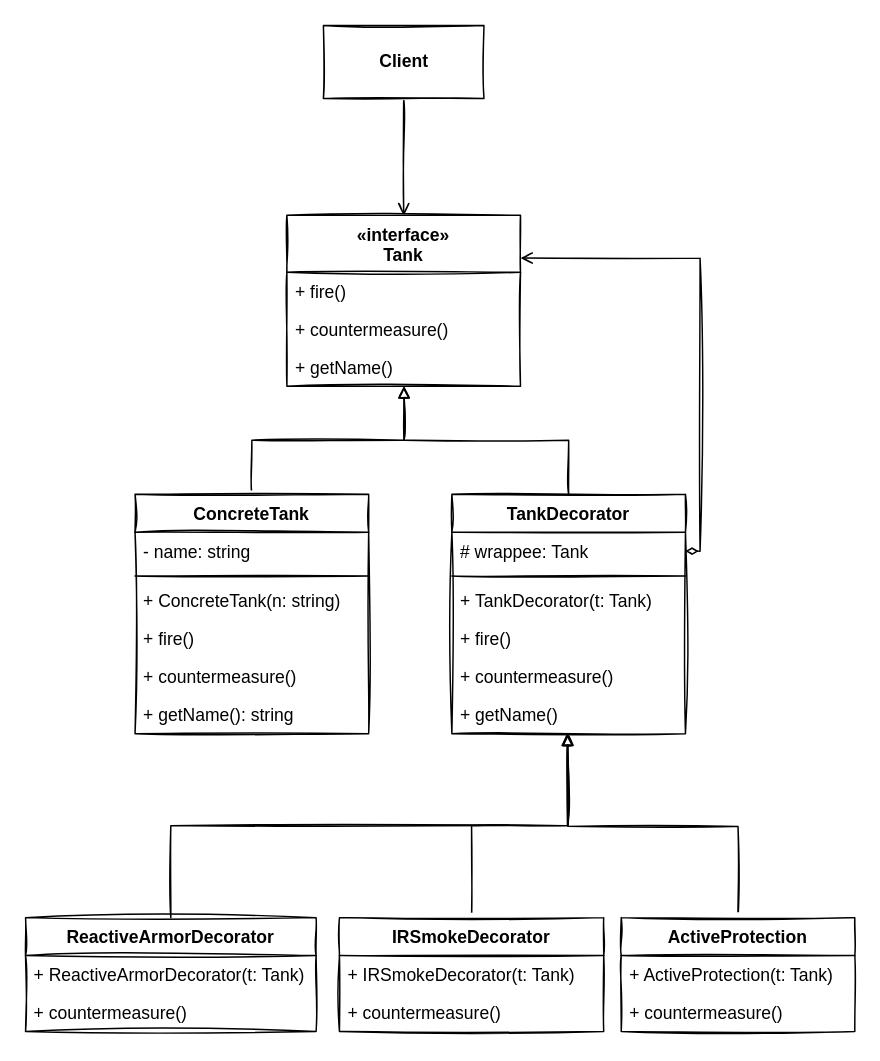
The draw.io diagram page "Practice" (2 of 2) of src/09-Decorator/UML.drawio in MangoPomelo/DesignPatternPractice, before the edit. Source tidied: cells renumbered, new cells numbered last; positions are measured from the earlier drawing's top-left corner, leaving out a move shared by most shapes. Both pictures are drawn from the tidied source at 146%, with x=0, y=0 at pixel (25, 25).
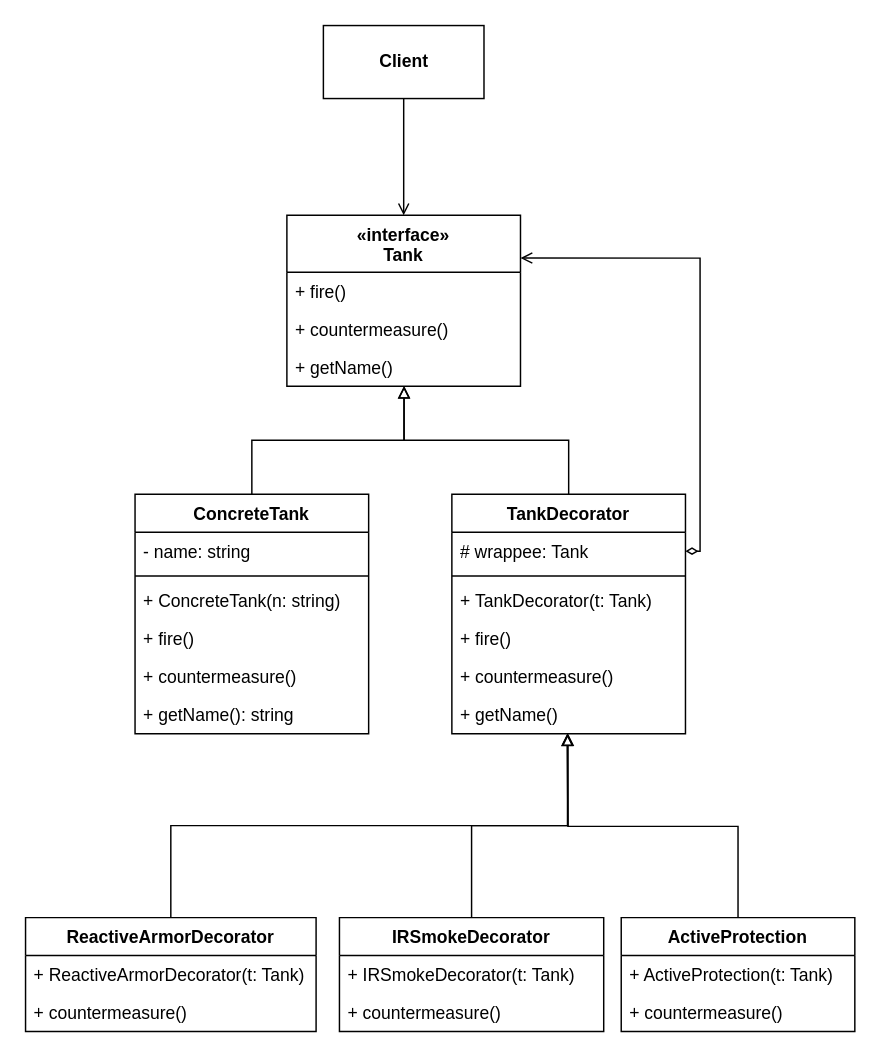
The same page after the edit.

Change to the diagram source:
```diff
@@
-    <mxCell id="2" style="edgeStyle=orthogonalEdgeStyle;rounded=0;sketch=1;html=1;exitX=0.5;exitY=1;exitDx=0;exitDy=0;entryX=0.5;entryY=0;entryDx=0;entryDy=0;startArrow=none;startFill=0;endArrow=open;endFill=0;" parent="1" edge="1" source="3" target="4">
+    <mxCell id="2" style="edgeStyle=orthogonalEdgeStyle;rounded=0;html=1;exitX=0.5;exitY=1;exitDx=0;exitDy=0;entryX=0.5;entryY=0;entryDx=0;entryDy=0;startArrow=none;startFill=0;endArrow=open;endFill=0;" parent="1" edge="1" source="3" target="4">
       <mxGeometry relative="1" as="geometry" />
     </mxCell>
-    <mxCell id="3" value="Client" style="html=1;sketch=1;fontStyle=1;" parent="1" vertex="1">
+    <mxCell id="3" value="Client" style="html=1;fontStyle=1;" parent="1" vertex="1">
       <mxGeometry x="204" width="110" height="50" as="geometry" />
     </mxCell>
-    <mxCell id="4" value="«interface»&#10;Tank" style="swimlane;fontStyle=1;align=center;verticalAlign=top;horizontal=1;startSize=39;sketch=1;" parent="1" vertex="1">
+    <mxCell id="4" value="«interface»&#10;Tank" style="swimlane;fontStyle=1;align=center;verticalAlign=top;horizontal=1;startSize=39;" parent="1" vertex="1">
       <mxGeometry x="179" y="130" width="160" height="117" as="geometry" />
     </mxCell>
-    <mxCell id="5" value="+ fire()" style="text;strokeColor=none;fillColor=none;align=left;verticalAlign=top;spacingLeft=4;spacingRight=4;overflow=hidden;sketch=1;" parent="4" vertex="1">
+    <mxCell id="5" value="+ fire()" style="text;strokeColor=none;fillColor=none;align=left;verticalAlign=top;spacingLeft=4;spacingRight=4;overflow=hidden;" parent="4" vertex="1">
       <mxGeometry y="39" width="160" height="26" as="geometry" />
     </mxCell>
-    <mxCell id="6" value="+ countermeasure()" style="text;strokeColor=none;fillColor=none;align=left;verticalAlign=top;spacingLeft=4;spacingRight=4;overflow=hidden;sketch=1;" parent="4" vertex="1">
+    <mxCell id="6" value="+ countermeasure()" style="text;strokeColor=none;fillColor=none;align=left;verticalAlign=top;spacingLeft=4;spacingRight=4;overflow=hidden;" parent="4" vertex="1">
       <mxGeometry y="65" width="160" height="26" as="geometry" />
     </mxCell>
-    <mxCell id="7" value="+ getName()" style="text;strokeColor=none;fillColor=none;align=left;verticalAlign=top;spacingLeft=4;spacingRight=4;overflow=hidden;points=[[0,0.5],[1,0.5]];portConstraint=eastwest;sketch=1;" parent="4" vertex="1">
+    <mxCell id="7" value="+ getName()" style="text;strokeColor=none;fillColor=none;align=left;verticalAlign=top;spacingLeft=4;spacingRight=4;overflow=hidden;points=[[0,0.5],[1,0.5]];portConstraint=eastwest;" parent="4" vertex="1">
       <mxGeometry y="91" width="160" height="26" as="geometry" />
     </mxCell>
-    <mxCell id="8" style="edgeStyle=orthogonalEdgeStyle;rounded=0;sketch=1;html=1;exitX=0.5;exitY=0;exitDx=0;exitDy=0;startArrow=none;startFill=0;endArrow=block;endFill=0;entryX=0.502;entryY=0.996;entryDx=0;entryDy=0;entryPerimeter=0;" parent="1" edge="1" source="9" target="7">
+    <mxCell id="8" style="edgeStyle=orthogonalEdgeStyle;rounded=0;html=1;exitX=0.5;exitY=0;exitDx=0;exitDy=0;startArrow=none;startFill=0;endArrow=block;endFill=0;entryX=0.502;entryY=0.996;entryDx=0;entryDy=0;entryPerimeter=0;" parent="1" edge="1" source="9" target="7">
       <mxGeometry relative="1" as="geometry" />
     </mxCell>
-    <mxCell id="9" value="ConcreteTank" style="swimlane;fontStyle=1;align=center;verticalAlign=top;horizontal=1;startSize=26;sketch=1;" parent="1" vertex="1">
+    <mxCell id="9" value="ConcreteTank" style="swimlane;fontStyle=1;align=center;verticalAlign=top;horizontal=1;startSize=26;" parent="1" vertex="1">
       <mxGeometry x="75" y="321" width="160" height="164" as="geometry" />
     </mxCell>
-    <mxCell id="10" value="- name: string" style="text;strokeColor=none;fillColor=none;align=left;verticalAlign=top;spacingLeft=4;spacingRight=4;overflow=hidden;sketch=1;" parent="9" vertex="1">
+    <mxCell id="10" value="- name: string" style="text;strokeColor=none;fillColor=none;align=left;verticalAlign=top;spacingLeft=4;spacingRight=4;overflow=hidden;" parent="9" vertex="1">
       <mxGeometry y="26" width="160" height="26" as="geometry" />
     </mxCell>
-    <mxCell id="11" style="line;strokeWidth=1;fillColor=none;align=left;verticalAlign=middle;spacingTop=-1;spacingLeft=3;spacingRight=3;labelPosition=right;sketch=1;" parent="9" vertex="1">
+    <mxCell id="11" style="line;strokeWidth=1;fillColor=none;align=left;verticalAlign=middle;spacingTop=-1;spacingLeft=3;spacingRight=3;labelPosition=right;" parent="9" vertex="1">
       <mxGeometry y="52" width="160" height="8" as="geometry" />
     </mxCell>
-    <mxCell id="12" value="+ ConcreteTank(n: string)" style="text;strokeColor=none;fillColor=none;align=left;verticalAlign=top;spacingLeft=4;spacingRight=4;overflow=hidden;sketch=1;" parent="9" vertex="1">
+    <mxCell id="12" value="+ ConcreteTank(n: string)" style="text;strokeColor=none;fillColor=none;align=left;verticalAlign=top;spacingLeft=4;spacingRight=4;overflow=hidden;" parent="9" vertex="1">
       <mxGeometry y="60" width="160" height="26" as="geometry" />
     </mxCell>
-    <mxCell id="13" value="+ fire()" style="text;strokeColor=none;fillColor=none;align=left;verticalAlign=top;spacingLeft=4;spacingRight=4;overflow=hidden;sketch=1;" parent="9" vertex="1">
+    <mxCell id="13" value="+ fire()" style="text;strokeColor=none;fillColor=none;align=left;verticalAlign=top;spacingLeft=4;spacingRight=4;overflow=hidden;" parent="9" vertex="1">
       <mxGeometry y="86" width="160" height="26" as="geometry" />
     </mxCell>
-    <mxCell id="14" value="+ countermeasure()" style="text;strokeColor=none;fillColor=none;align=left;verticalAlign=top;spacingLeft=4;spacingRight=4;overflow=hidden;sketch=1;" parent="9" vertex="1">
+    <mxCell id="14" value="+ countermeasure()" style="text;strokeColor=none;fillColor=none;align=left;verticalAlign=top;spacingLeft=4;spacingRight=4;overflow=hidden;" parent="9" vertex="1">
       <mxGeometry y="112" width="160" height="26" as="geometry" />
     </mxCell>
-    <mxCell id="15" value="+ getName(): string" style="text;strokeColor=none;fillColor=none;align=left;verticalAlign=top;spacingLeft=4;spacingRight=4;overflow=hidden;sketch=1;" parent="9" vertex="1">
+    <mxCell id="15" value="+ getName(): string" style="text;strokeColor=none;fillColor=none;align=left;verticalAlign=top;spacingLeft=4;spacingRight=4;overflow=hidden;" parent="9" vertex="1">
       <mxGeometry y="138" width="160" height="26" as="geometry" />
     </mxCell>
-    <mxCell id="16" style="edgeStyle=orthogonalEdgeStyle;rounded=0;sketch=1;html=1;exitX=0.5;exitY=0;exitDx=0;exitDy=0;startArrow=none;startFill=0;endArrow=block;endFill=0;entryX=0.501;entryY=1;entryDx=0;entryDy=0;entryPerimeter=0;" parent="1" edge="1" source="17" target="7">
+    <mxCell id="16" style="edgeStyle=orthogonalEdgeStyle;rounded=0;html=1;exitX=0.5;exitY=0;exitDx=0;exitDy=0;startArrow=none;startFill=0;endArrow=block;endFill=0;entryX=0.501;entryY=1;entryDx=0;entryDy=0;entryPerimeter=0;" parent="1" edge="1" source="17" target="7">
       <mxGeometry relative="1" as="geometry" />
     </mxCell>
-    <mxCell id="17" value="TankDecorator" style="swimlane;fontStyle=1;align=center;verticalAlign=top;horizontal=1;startSize=26;sketch=1;" parent="1" vertex="1">
+    <mxCell id="17" value="TankDecorator" style="swimlane;fontStyle=1;align=center;verticalAlign=top;horizontal=1;startSize=26;" parent="1" vertex="1">
       <mxGeometry x="292" y="321" width="160" height="164" as="geometry" />
     </mxCell>
-    <mxCell id="18" value="# wrappee: Tank" style="text;strokeColor=none;fillColor=none;align=left;verticalAlign=top;spacingLeft=4;spacingRight=4;overflow=hidden;points=[[0,0.5],[1,0.5]];portConstraint=eastwest;sketch=1;" parent="17" vertex="1">
+    <mxCell id="18" value="# wrappee: Tank" style="text;strokeColor=none;fillColor=none;align=left;verticalAlign=top;spacingLeft=4;spacingRight=4;overflow=hidden;points=[[0,0.5],[1,0.5]];portConstraint=eastwest;" parent="17" vertex="1">
       <mxGeometry y="26" width="160" height="26" as="geometry" />
     </mxCell>
-    <mxCell id="19" style="line;strokeWidth=1;fillColor=none;align=left;verticalAlign=middle;spacingTop=-1;spacingLeft=3;spacingRight=3;labelPosition=right;sketch=1;" parent="17" vertex="1">
+    <mxCell id="19" style="line;strokeWidth=1;fillColor=none;align=left;verticalAlign=middle;spacingTop=-1;spacingLeft=3;spacingRight=3;labelPosition=right;" parent="17" vertex="1">
       <mxGeometry y="52" width="160" height="8" as="geometry" />
     </mxCell>
-    <mxCell id="20" value="+ TankDecorator(t: Tank)" style="text;strokeColor=none;fillColor=none;align=left;verticalAlign=top;spacingLeft=4;spacingRight=4;overflow=hidden;sketch=1;" parent="17" vertex="1">
+    <mxCell id="20" value="+ TankDecorator(t: Tank)" style="text;strokeColor=none;fillColor=none;align=left;verticalAlign=top;spacingLeft=4;spacingRight=4;overflow=hidden;" parent="17" vertex="1">
       <mxGeometry y="60" width="160" height="26" as="geometry" />
     </mxCell>
-    <mxCell id="21" value="+ fire()" style="text;strokeColor=none;fillColor=none;align=left;verticalAlign=top;spacingLeft=4;spacingRight=4;overflow=hidden;sketch=1;" parent="17" vertex="1">
+    <mxCell id="21" value="+ fire()" style="text;strokeColor=none;fillColor=none;align=left;verticalAlign=top;spacingLeft=4;spacingRight=4;overflow=hidden;" parent="17" vertex="1">
       <mxGeometry y="86" width="160" height="26" as="geometry" />
     </mxCell>
-    <mxCell id="22" value="+ countermeasure()" style="text;strokeColor=none;fillColor=none;align=left;verticalAlign=top;spacingLeft=4;spacingRight=4;overflow=hidden;sketch=1;" parent="17" vertex="1">
+    <mxCell id="22" value="+ countermeasure()" style="text;strokeColor=none;fillColor=none;align=left;verticalAlign=top;spacingLeft=4;spacingRight=4;overflow=hidden;" parent="17" vertex="1">
       <mxGeometry y="112" width="160" height="26" as="geometry" />
     </mxCell>
-    <mxCell id="23" value="+ getName()" style="text;strokeColor=none;fillColor=none;align=left;verticalAlign=top;spacingLeft=4;spacingRight=4;overflow=hidden;points=[[0,0.5],[1,0.5]];portConstraint=eastwest;sketch=1;" parent="17" vertex="1">
+    <mxCell id="23" value="+ getName()" style="text;strokeColor=none;fillColor=none;align=left;verticalAlign=top;spacingLeft=4;spacingRight=4;overflow=hidden;points=[[0,0.5],[1,0.5]];portConstraint=eastwest;" parent="17" vertex="1">
       <mxGeometry y="138" width="160" height="26" as="geometry" />
     </mxCell>
-    <mxCell id="24" style="edgeStyle=orthogonalEdgeStyle;rounded=0;sketch=1;html=1;exitX=0.5;exitY=0;exitDx=0;exitDy=0;startArrow=none;startFill=0;endArrow=block;endFill=0;entryX=0.497;entryY=0.997;entryDx=0;entryDy=0;entryPerimeter=0;" parent="1" edge="1" source="25" target="23">
+    <mxCell id="24" style="edgeStyle=orthogonalEdgeStyle;rounded=0;html=1;exitX=0.5;exitY=0;exitDx=0;exitDy=0;startArrow=none;startFill=0;endArrow=block;endFill=0;entryX=0.497;entryY=0.997;entryDx=0;entryDy=0;entryPerimeter=0;" parent="1" edge="1" source="25" target="23">
       <mxGeometry relative="1" as="geometry" />
     </mxCell>
-    <mxCell id="25" value="IRSmokeDecorator" style="swimlane;fontStyle=1;align=center;verticalAlign=top;horizontal=1;startSize=26;sketch=1;" parent="1" vertex="1">
+    <mxCell id="25" value="IRSmokeDecorator" style="swimlane;fontStyle=1;align=center;verticalAlign=top;horizontal=1;startSize=26;" parent="1" vertex="1">
       <mxGeometry x="215" y="611" width="181" height="78" as="geometry" />
     </mxCell>
-    <mxCell id="26" value="+ IRSmokeDecorator(t: Tank)" style="text;strokeColor=none;fillColor=none;align=left;verticalAlign=top;spacingLeft=4;spacingRight=4;overflow=hidden;sketch=1;" parent="25" vertex="1">
+    <mxCell id="26" value="+ IRSmokeDecorator(t: Tank)" style="text;strokeColor=none;fillColor=none;align=left;verticalAlign=top;spacingLeft=4;spacingRight=4;overflow=hidden;" parent="25" vertex="1">
       <mxGeometry y="26" width="181" height="26" as="geometry" />
     </mxCell>
-    <mxCell id="27" value="+ countermeasure()" style="text;strokeColor=none;fillColor=none;align=left;verticalAlign=top;spacingLeft=4;spacingRight=4;overflow=hidden;sketch=1;" parent="25" vertex="1">
+    <mxCell id="27" value="+ countermeasure()" style="text;strokeColor=none;fillColor=none;align=left;verticalAlign=top;spacingLeft=4;spacingRight=4;overflow=hidden;" parent="25" vertex="1">
       <mxGeometry y="52" width="181" height="26" as="geometry" />
     </mxCell>
-    <mxCell id="28" style="edgeStyle=orthogonalEdgeStyle;rounded=0;sketch=1;html=1;exitX=1;exitY=0.5;exitDx=0;exitDy=0;entryX=1;entryY=0.25;entryDx=0;entryDy=0;startArrow=diamondThin;startFill=0;endArrow=open;endFill=0;" parent="1" edge="1" source="18" target="4">
+    <mxCell id="28" style="edgeStyle=orthogonalEdgeStyle;rounded=0;html=1;exitX=1;exitY=0.5;exitDx=0;exitDy=0;entryX=1;entryY=0.25;entryDx=0;entryDy=0;startArrow=diamondThin;startFill=0;endArrow=open;endFill=0;" parent="1" edge="1" source="18" target="4">
       <mxGeometry relative="1" as="geometry" />
     </mxCell>
-    <mxCell id="29" style="edgeStyle=orthogonalEdgeStyle;rounded=0;sketch=1;html=1;exitX=0.5;exitY=0;exitDx=0;exitDy=0;startArrow=none;startFill=0;endArrow=block;endFill=0;" parent="1" edge="1" source="30">
+    <mxCell id="29" style="edgeStyle=orthogonalEdgeStyle;rounded=0;html=1;exitX=0.5;exitY=0;exitDx=0;exitDy=0;startArrow=none;startFill=0;endArrow=block;endFill=0;" parent="1" edge="1" source="30">
       <mxGeometry relative="1" as="geometry">
         <mxPoint x="371" y="485" as="targetPoint" />
       </mxGeometry>
     </mxCell>
-    <mxCell id="30" value="ActiveProtection" style="swimlane;fontStyle=1;align=center;verticalAlign=top;horizontal=1;startSize=26;sketch=1;" parent="1" vertex="1">
+    <mxCell id="30" value="ActiveProtection" style="swimlane;fontStyle=1;align=center;verticalAlign=top;horizontal=1;startSize=26;" parent="1" vertex="1">
       <mxGeometry x="408" y="611" width="160" height="78" as="geometry" />
     </mxCell>
-    <mxCell id="31" value="+ ActiveProtection(t: Tank)" style="text;strokeColor=none;fillColor=none;align=left;verticalAlign=top;spacingLeft=4;spacingRight=4;overflow=hidden;sketch=1;" parent="30" vertex="1">
+    <mxCell id="31" value="+ ActiveProtection(t: Tank)" style="text;strokeColor=none;fillColor=none;align=left;verticalAlign=top;spacingLeft=4;spacingRight=4;overflow=hidden;" parent="30" vertex="1">
       <mxGeometry y="26" width="160" height="26" as="geometry" />
     </mxCell>
-    <mxCell id="32" value="+ countermeasure()" style="text;strokeColor=none;fillColor=none;align=left;verticalAlign=top;spacingLeft=4;spacingRight=4;overflow=hidden;sketch=1;" parent="30" vertex="1">
+    <mxCell id="32" value="+ countermeasure()" style="text;strokeColor=none;fillColor=none;align=left;verticalAlign=top;spacingLeft=4;spacingRight=4;overflow=hidden;" parent="30" vertex="1">
       <mxGeometry y="52" width="160" height="26" as="geometry" />
     </mxCell>
-    <mxCell id="33" style="edgeStyle=orthogonalEdgeStyle;rounded=0;sketch=1;html=1;exitX=0.5;exitY=0;exitDx=0;exitDy=0;startArrow=none;startFill=0;endArrow=block;endFill=0;entryX=0.495;entryY=0.997;entryDx=0;entryDy=0;entryPerimeter=0;" parent="1" edge="1" source="34" target="23">
+    <mxCell id="33" style="edgeStyle=orthogonalEdgeStyle;rounded=0;html=1;exitX=0.5;exitY=0;exitDx=0;exitDy=0;startArrow=none;startFill=0;endArrow=block;endFill=0;entryX=0.495;entryY=0.997;entryDx=0;entryDy=0;entryPerimeter=0;" parent="1" edge="1" source="34" target="23">
       <mxGeometry relative="1" as="geometry" />
     </mxCell>
-    <mxCell id="34" value="ReactiveArmorDecorator" style="swimlane;fontStyle=1;align=center;verticalAlign=top;horizontal=1;startSize=26;sketch=1;" parent="1" vertex="1">
+    <mxCell id="34" value="ReactiveArmorDecorator" style="swimlane;fontStyle=1;align=center;verticalAlign=top;horizontal=1;startSize=26;" parent="1" vertex="1">
       <mxGeometry y="611" width="199" height="78" as="geometry" />
     </mxCell>
-    <mxCell id="35" value="+ ReactiveArmorDecorator(t: Tank)" style="text;strokeColor=none;fillColor=none;align=left;verticalAlign=top;spacingLeft=4;spacingRight=4;overflow=hidden;sketch=1;" parent="34" vertex="1">
+    <mxCell id="35" value="+ ReactiveArmorDecorator(t: Tank)" style="text;strokeColor=none;fillColor=none;align=left;verticalAlign=top;spacingLeft=4;spacingRight=4;overflow=hidden;" parent="34" vertex="1">
       <mxGeometry y="26" width="199" height="26" as="geometry" />
     </mxCell>
-    <mxCell id="36" value="+ countermeasure()" style="text;strokeColor=none;fillColor=none;align=left;verticalAlign=top;spacingLeft=4;spacingRight=4;overflow=hidden;sketch=1;" parent="34" vertex="1">
+    <mxCell id="36" value="+ countermeasure()" style="text;strokeColor=none;fillColor=none;align=left;verticalAlign=top;spacingLeft=4;spacingRight=4;overflow=hidden;" parent="34" vertex="1">
       <mxGeometry y="52" width="199" height="26" as="geometry" />
     </mxCell>
```
